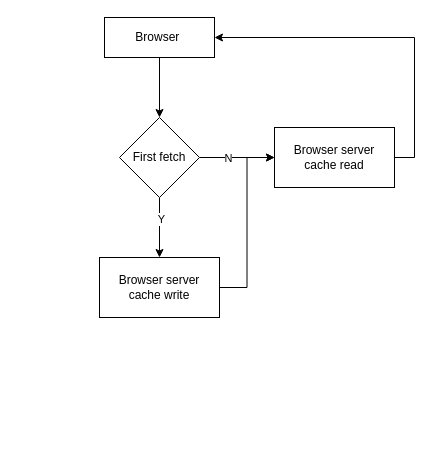
Above: 未命名绘图.drawio in kiwiyan/3D (draw.io), before the change. Source tidied: cells renumbered, new cells numbered last; positions are measured from the earlier drawing's top-left corner, leaving out a move shared by most shapes. Both pictures are drawn from the tidied source at 100%, with x=0, y=0 at pixel (99, 17).
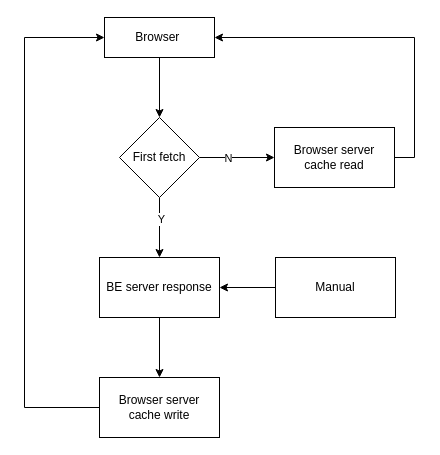
Above is the later version.

Commit message:
更新未命名绘图.drawio

The change refers to these unchanged cells:
```xml
<mxCell id="3" value="Browser&amp;nbsp;" style="rounded=0;whiteSpace=wrap;html=1;" parent="1" vertex="1">
  <mxGeometry x="5" width="110" height="40" as="geometry" />
</mxCell>
<mxCell id="12" value="Browser server&lt;br&gt;cache read" style="rounded=0;whiteSpace=wrap;html=1;" parent="1" vertex="1">
  <mxGeometry x="175" y="110" width="120" height="60" as="geometry" />
</mxCell>
```

Change to the diagram source:
```diff
@@
-    <mxCell id="9" style="edgeStyle=orthogonalEdgeStyle;rounded=0;jettySize=auto;html=1;entryX=0;entryY=0.5;entryDx=0;entryDy=0;" parent="1" edge="1" source="10" target="12">
-      <mxGeometry relative="1" as="geometry" />
-    </mxCell>
+    <mxCell id="13" style="edgeStyle=orthogonalEdgeStyle;rounded=0;jettySize=auto;html=1;" parent="1" edge="1" source="10" target="15">
+      <mxGeometry relative="1" as="geometry" />
+    </mxCell>
-    <mxCell id="10" value="Browser server &lt;br&gt;cache write" style="rounded=0;whiteSpace=wrap;html=1;" parent="1" vertex="1">
+    <mxCell id="10" value="BE server response" style="rounded=0;whiteSpace=wrap;html=1;" parent="1" vertex="1">
       <mxGeometry y="240" width="120" height="60" as="geometry" />
     </mxCell>
@@
+    <mxCell id="14" style="edgeStyle=orthogonalEdgeStyle;rounded=0;jettySize=auto;html=1;entryX=0;entryY=0.5;entryDx=0;entryDy=0;" parent="1" edge="1" source="15" target="3">
+      <mxGeometry relative="1" as="geometry">
+        <Array as="points">
+          <mxPoint x="-75" y="390" />
+          <mxPoint x="-75" y="20" />
+        </Array>
+      </mxGeometry>
+    </mxCell>
+    <mxCell id="15" value="Browser server&lt;br&gt;cache write" style="rounded=0;whiteSpace=wrap;html=1;" parent="1" vertex="1">
+      <mxGeometry y="360" width="120" height="60" as="geometry" />
+    </mxCell>
+    <mxCell id="16" style="edgeStyle=orthogonalEdgeStyle;rounded=0;jettySize=auto;html=1;entryX=1;entryY=0.5;entryDx=0;entryDy=0;" parent="1" edge="1" source="17" target="10">
+      <mxGeometry relative="1" as="geometry" />
+    </mxCell>
+    <mxCell id="17" value="Manual" style="rounded=0;whiteSpace=wrap;html=1;" parent="1" vertex="1">
+      <mxGeometry x="176" y="240" width="120" height="60" as="geometry" />
+    </mxCell>
```
